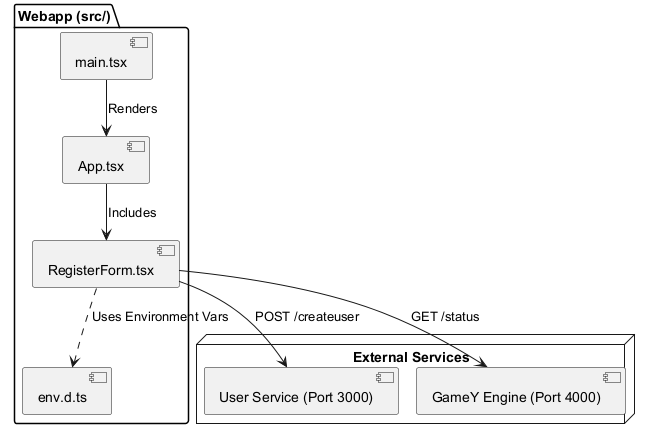
Arquisoft/yovi_en1a keeps this PlantUML diagram as images/webapp-level2.png. Above is the earlier version.
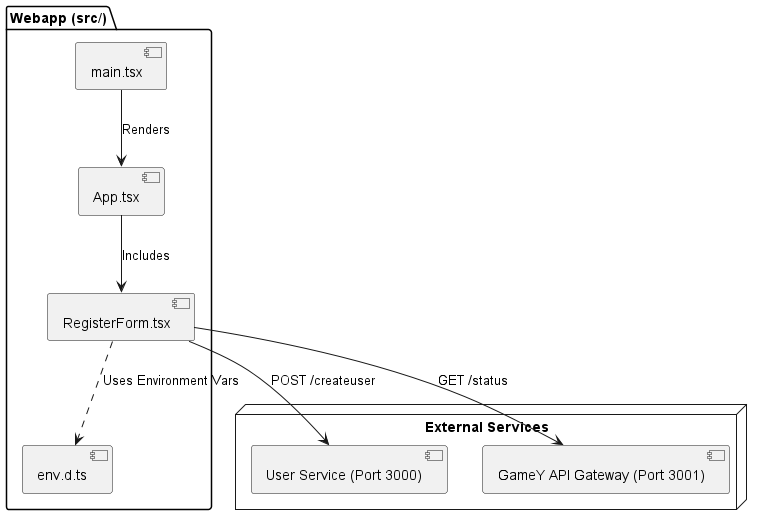
After the commit.

The edit, as a diff of the source:
```diff
@@ -8,12 +8,12 @@
 
 node "External Services" {
 [User Service (Port 3000)] as usersvc
-[GameY Engine (Port 4000)] as gamey
+[GameY API Gateway (Port 3001)] as gameyapi
 }
 
 main --> app : "Renders"
 app --> form : "Includes"
 form ..> env : "Uses Environment Vars"
 form --> usersvc : "POST /createuser"
-form --> gamey : "GET /status"
+form --> gameyapi : "GET /status"
 @enduml
```
